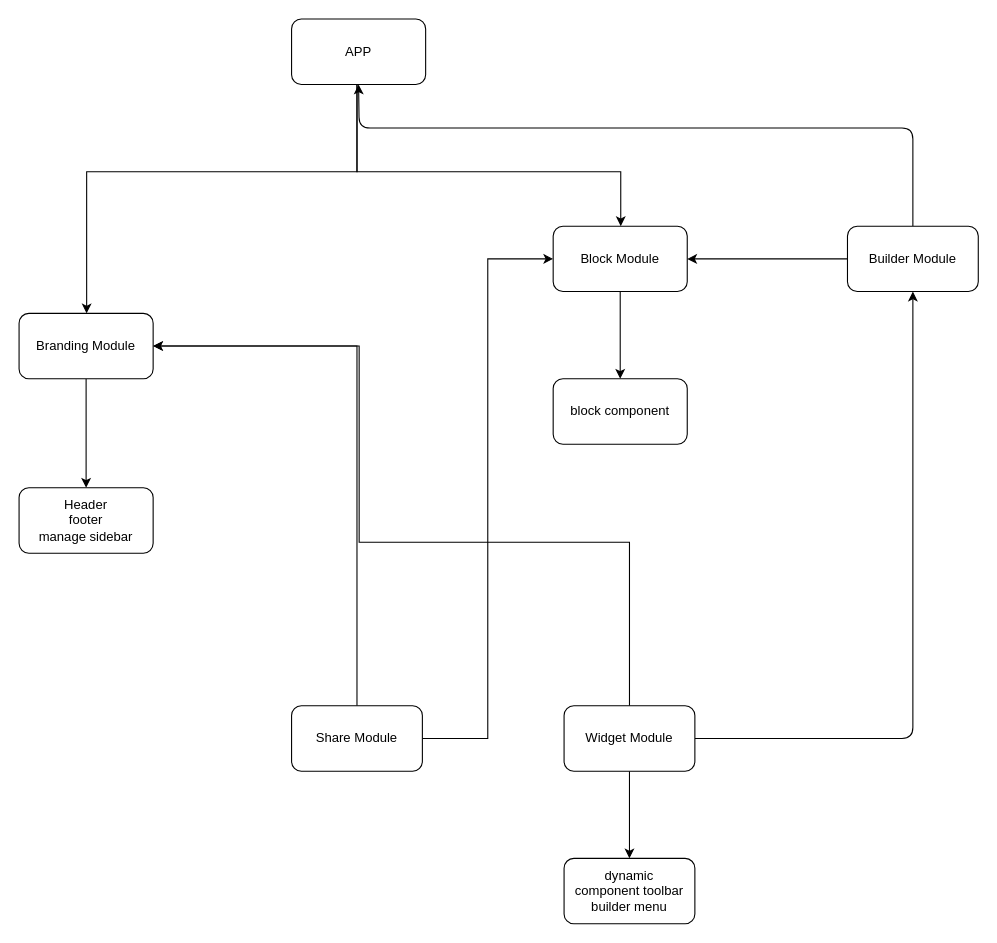
This is src/assets/workflow/arc.drawio from biaogebusy/web-builder, a draw.io file, before an edit. Source tidied: cells renumbered, new cells numbered last; positions are measured from the earlier drawing's top-left corner, leaving out a move shared by most shapes. Both pictures are drawn from the tidied source at 109%, with x=0, y=0 at pixel (19, 19).
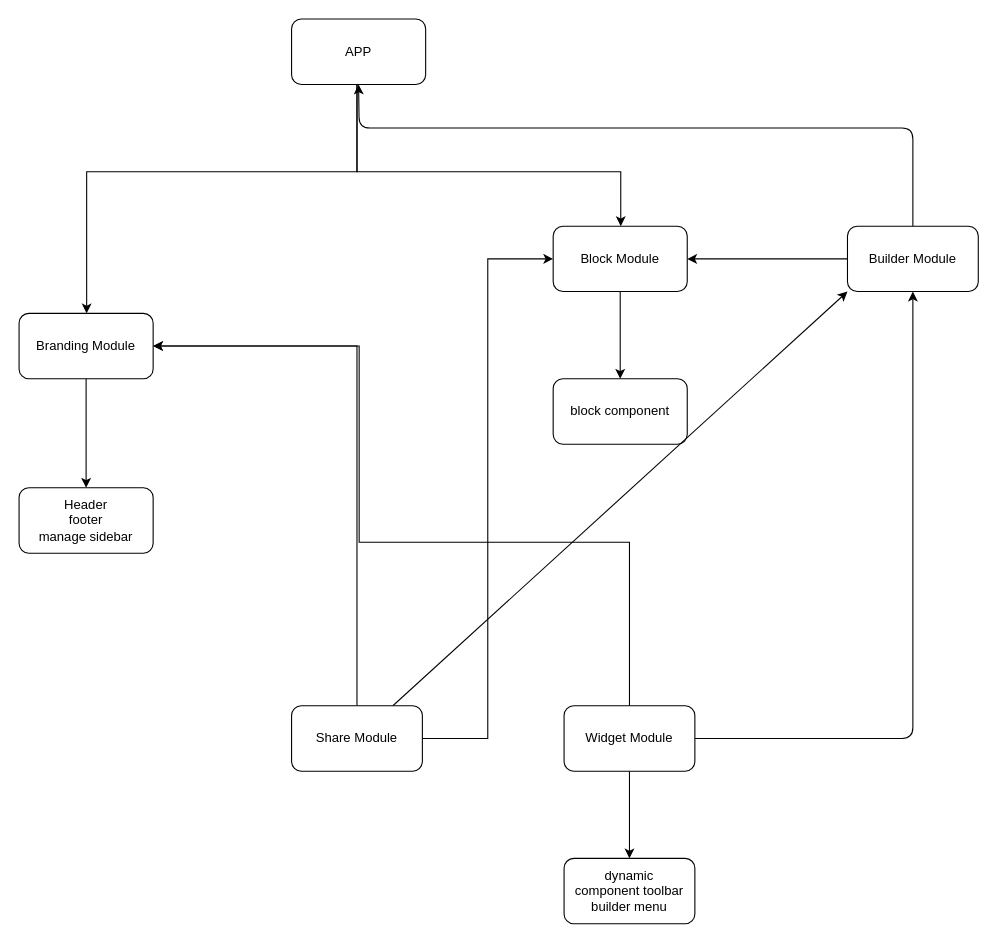
After the change.

The change refers to these unchanged cells:
```xml
<mxCell id="13" value="Share Module" style="rounded=1;whiteSpace=wrap;html=1;" parent="1" vertex="1">
  <mxGeometry x="250" y="630" width="120" height="60" as="geometry" />
</mxCell>
<mxCell id="21" value="Builder Module" style="rounded=1;whiteSpace=wrap;html=1;" parent="1" vertex="1">
  <mxGeometry x="760" y="190" width="120" height="60" as="geometry" />
</mxCell>
```

Change to the diagram source:
```diff
@@
+    <mxCell id="22" style="edgeStyle=none;html=1;entryX=0;entryY=1;entryDx=0;entryDy=0;" parent="1" edge="1" source="13" target="21">
+      <mxGeometry relative="1" as="geometry" />
+    </mxCell>
```
